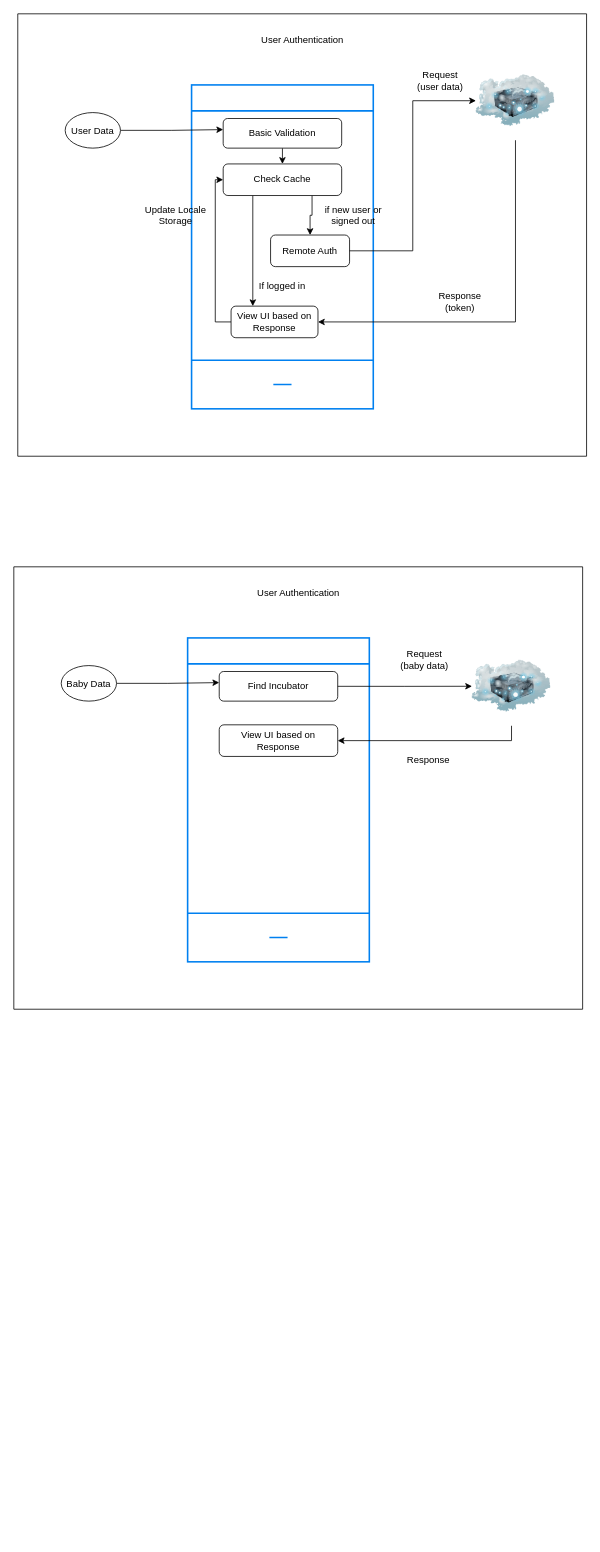
This is mobile_app.drawio from TheByteBusters/mobile-app, a draw.io file, before an edit. Source tidied: cells renumbered, new cells numbered last; positions are measured from the earlier drawing's top-left corner, leaving out a move shared by most shapes. Both pictures are drawn from the tidied source at 79%, with x=0, y=0 at pixel (13, 13).
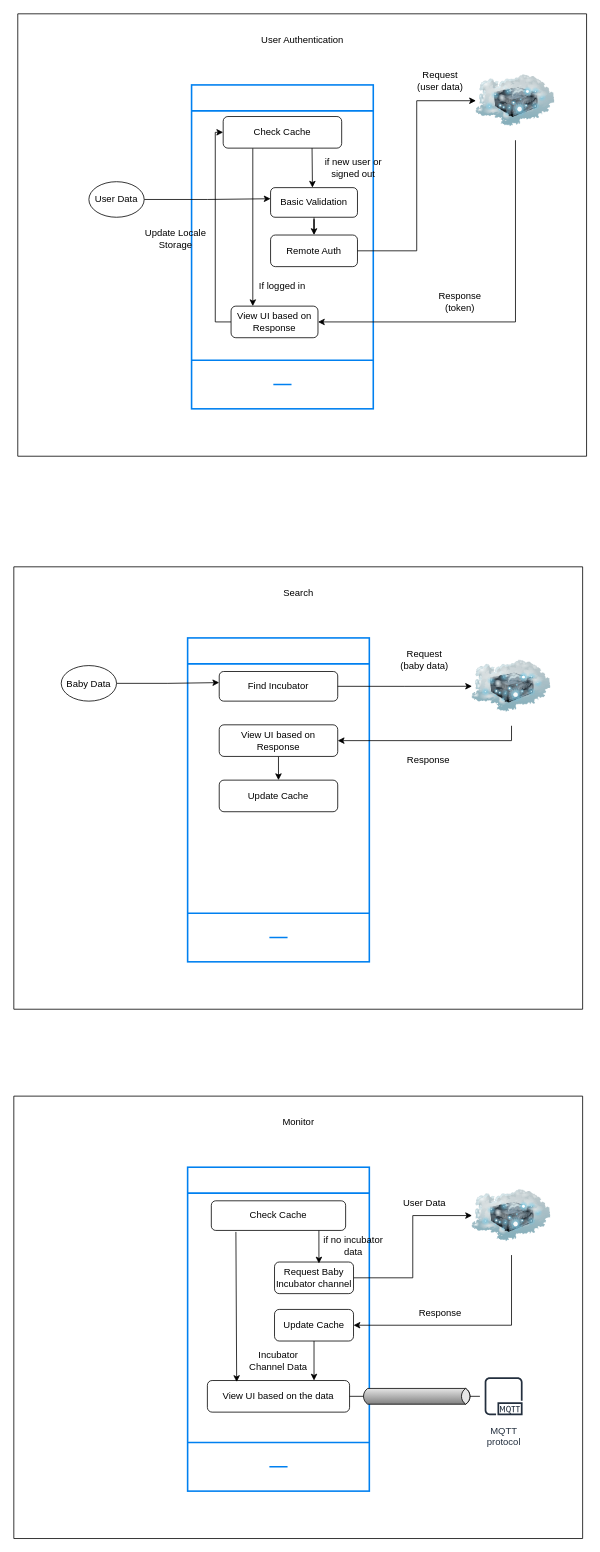
The same diagram, later.

The change refers to these unchanged cells:
```xml
<mxCell id="2" style="swimlane;startSize=0;" parent="1" vertex="1">
  <mxGeometry x="5" width="720" height="560" as="geometry" />
</mxCell>
<mxCell id="23" style="swimlane;startSize=0;" parent="1" vertex="1">
  <mxGeometry y="700" width="720" height="560" as="geometry" />
</mxCell>
<mxCell id="33" value="View UI based on Response" style="rounded=1;whiteSpace=wrap;html=1;" parent="23" vertex="1">
  <mxGeometry x="260" y="200" width="150" height="40" as="geometry" />
</mxCell>
```

Diff of the diagram source:
```diff
@@
     <mxCell id="6" value="User Data" style="ellipse;whiteSpace=wrap;html=1;" parent="2" vertex="1">
-      <mxGeometry x="60" y="125" width="70" height="45" as="geometry" />
+      <mxGeometry x="90" y="212.5" width="70" height="45" as="geometry" />
     </mxCell>
@@
-    <mxCell id="11" style="edgeStyle=orthogonalEdgeStyle;rounded=0;jettySize=auto;html=1;exitX=0.5;exitY=1;exitDx=0;exitDy=0;entryX=0.5;entryY=0;entryDx=0;entryDy=0;" parent="2" edge="1" source="12" target="18">
-      <mxGeometry relative="1" as="geometry" />
-    </mxCell>
+    <mxCell id="35" style="edgeStyle=orthogonalEdgeStyle;rounded=0;jettySize=auto;html=1;entryX=0.5;entryY=0;entryDx=0;entryDy=0;" parent="2" edge="1" source="12" target="13">
+      <mxGeometry relative="1" as="geometry" />
+    </mxCell>
     <mxCell id="12" value="Basic Validation" style="rounded=1;whiteSpace=wrap;html=1;" parent="2" vertex="1">
-      <mxGeometry x="260" y="132.5" width="150" height="37.5" as="geometry" />
+      <mxGeometry x="320" y="220" width="110" height="37.5" as="geometry" />
     </mxCell>
     <mxCell id="13" value="Remote Auth" style="rounded=1;whiteSpace=wrap;html=1;" parent="2" vertex="1">
-      <mxGeometry x="320" y="280" width="100" height="40" as="geometry" />
+      <mxGeometry x="320" y="280" width="110" height="40" as="geometry" />
     </mxCell>
@@
-    <mxCell id="17" style="edgeStyle=orthogonalEdgeStyle;rounded=0;jettySize=auto;html=1;exitX=0.75;exitY=1;exitDx=0;exitDy=0;" parent="2" edge="1" source="18" target="13">
-      <mxGeometry relative="1" as="geometry" />
-    </mxCell>
     <mxCell id="18" value="Check Cache" style="rounded=1;whiteSpace=wrap;html=1;" parent="2" vertex="1">
-      <mxGeometry x="260" y="190" width="150" height="40" as="geometry" />
+      <mxGeometry x="260" y="130" width="150" height="40" as="geometry" />
     </mxCell>
@@
     <mxCell id="20" value="if new user or signed out" style="text;html=1;align=center;verticalAlign=middle;whiteSpace=wrap;rounded=0;" parent="2" vertex="1">
-      <mxGeometry x="380" y="240" width="90" height="30" as="geometry" />
+      <mxGeometry x="380" y="180" width="90" height="30" as="geometry" />
     </mxCell>
@@
     <mxCell id="22" value="Update Locale Storage" style="text;html=1;align=center;verticalAlign=middle;whiteSpace=wrap;rounded=0;" parent="2" vertex="1">
-      <mxGeometry x="160" y="240" width="80" height="30" as="geometry" />
+      <mxGeometry x="160" y="270" width="80" height="30" as="geometry" />
     </mxCell>
@@
-    <mxCell id="25" value="User Authentication" style="text;html=1;align=center;verticalAlign=middle;strokeColor=none;fillColor=none;" parent="23" vertex="1">
-      <mxGeometry x="295" y="18" width="130" height="30" as="geometry" />
+    <mxCell id="25" value="Search" style="text;html=1;align=center;verticalAlign=middle;strokeColor=none;fillColor=none;" parent="23" vertex="1">
+      <mxGeometry x="330" y="18" width="60" height="30" as="geometry" />
     </mxCell>
@@
+    <mxCell id="36" style="edgeStyle=orthogonalEdgeStyle;rounded=0;jettySize=auto;html=1;exitX=0.5;exitY=1;exitDx=0;exitDy=0;entryX=0.5;entryY=0;entryDx=0;entryDy=0;" parent="23" edge="1" source="33" target="37">
+      <mxGeometry relative="1" as="geometry" />
+    </mxCell>
@@
+    <mxCell id="37" value="Update Cache" style="rounded=1;whiteSpace=wrap;html=1;" parent="23" vertex="1">
+      <mxGeometry x="260" y="270" width="150" height="40" as="geometry" />
+    </mxCell>
+    <mxCell id="38" style="swimlane;startSize=0;" parent="1" vertex="1">
+      <mxGeometry y="1370" width="720" height="560" as="geometry" />
+    </mxCell>
+    <mxCell id="39" style="html=1;verticalLabelPosition=bottom;align=center;labelBackgroundColor=#ffffff;verticalAlign=top;strokeWidth=2;strokeColor=#0080F0;shadow=0;dashed=0;shape=mxgraph.ios7.icons.smartphone;" parent="38" vertex="1">
+      <mxGeometry x="220" y="90" width="230" height="410" as="geometry" />
+    </mxCell>
+    <mxCell id="40" value="Monitor" style="text;html=1;align=center;verticalAlign=middle;strokeColor=none;fillColor=none;" parent="38" vertex="1">
+      <mxGeometry x="330" y="18" width="60" height="30" as="geometry" />
+    </mxCell>
+    <mxCell id="41" style="image;html=1;image=img/lib/clip_art/networking/Cloud_Server_128x128.png;" parent="38" vertex="1">
+      <mxGeometry x="580" y="101.2" width="100" height="100" as="geometry" />
+    </mxCell>
+    <mxCell id="42" style="endArrow=classic;html=1;rounded=0;exitX=0.5;exitY=1;exitDx=0;exitDy=0;entryX=1;entryY=0.5;entryDx=0;entryDy=0;" parent="38" edge="1" source="41" target="48">
+      <mxGeometry relative="1" as="geometry">
+        <Array as="points">
+          <mxPoint x="630" y="290" />
+        </Array>
+      </mxGeometry>
+    </mxCell>
+    <mxCell id="43" value="Response" style="text;html=1;align=center;verticalAlign=middle;whiteSpace=wrap;rounded=0;" parent="38" vertex="1">
+      <mxGeometry x="510" y="260" width="60" height="30" as="geometry" />
+    </mxCell>
+    <mxCell id="44" value="Check Cache" style="rounded=1;whiteSpace=wrap;html=1;" parent="38" vertex="1">
+      <mxGeometry x="250" y="132.5" width="170" height="37.5" as="geometry" />
+    </mxCell>
+    <mxCell id="45" style="edgeStyle=orthogonalEdgeStyle;rounded=0;jettySize=auto;html=1;entryX=0;entryY=0.5;entryDx=0;entryDy=0;" parent="38" edge="1" source="46" target="41">
+      <mxGeometry relative="1" as="geometry" />
+    </mxCell>
+    <mxCell id="46" value="Request Baby Incubator channel" style="rounded=1;whiteSpace=wrap;html=1;" parent="38" vertex="1">
+      <mxGeometry x="330" y="210" width="100" height="40" as="geometry" />
+    </mxCell>
+    <mxCell id="47" style="edgeStyle=orthogonalEdgeStyle;rounded=0;jettySize=auto;html=1;exitX=0.5;exitY=1;exitDx=0;exitDy=0;entryX=0.75;entryY=0;entryDx=0;entryDy=0;" parent="38" edge="1" source="48" target="52">
+      <mxGeometry relative="1" as="geometry" />
+    </mxCell>
+    <mxCell id="48" value="Update Cache" style="rounded=1;whiteSpace=wrap;html=1;" parent="38" vertex="1">
+      <mxGeometry x="330" y="270" width="100" height="40" as="geometry" />
+    </mxCell>
+    <mxCell id="49" style="endArrow=classic;html=1;rounded=0;exitX=0.801;exitY=1.004;exitDx=0;exitDy=0;exitPerimeter=0;entryX=0.562;entryY=0.046;entryDx=0;entryDy=0;entryPerimeter=0;" parent="38" edge="1" source="44" target="46">
+      <mxGeometry relative="1" as="geometry" />
+    </mxCell>
+    <mxCell id="50" value="if no incubator data" style="text;html=1;align=center;verticalAlign=middle;whiteSpace=wrap;rounded=0;" parent="38" vertex="1">
+      <mxGeometry x="390" y="175" width="80" height="30" as="geometry" />
+    </mxCell>
+    <mxCell id="51" value="User Data" style="text;html=1;align=center;verticalAlign=middle;whiteSpace=wrap;rounded=0;" parent="38" vertex="1">
+      <mxGeometry x="490" y="120" width="60" height="30" as="geometry" />
+    </mxCell>
+    <mxCell id="52" value="View UI based on the data" style="rounded=1;whiteSpace=wrap;html=1;" parent="38" vertex="1">
+      <mxGeometry x="245" y="360" width="180" height="40" as="geometry" />
+    </mxCell>
+    <mxCell id="53" style="endArrow=classic;html=1;rounded=0;exitX=0.183;exitY=1.049;exitDx=0;exitDy=0;exitPerimeter=0;entryX=0.206;entryY=0.046;entryDx=0;entryDy=0;entryPerimeter=0;" parent="38" edge="1" source="44" target="52">
+      <mxGeometry relative="1" as="geometry" />
+    </mxCell>
+    <mxCell id="54" value="Incubator Channel Data" style="text;html=1;align=center;verticalAlign=middle;whiteSpace=wrap;rounded=0;" parent="38" vertex="1">
+      <mxGeometry x="295" y="320" width="80" height="30" as="geometry" />
+    </mxCell>
+    <mxCell id="55" value="MQTT&#10;protocol" style="sketch=0;outlineConnect=0;fontColor=#232F3E;gradientColor=none;strokeColor=#232F3E;fillColor=#ffffff;dashed=0;verticalLabelPosition=bottom;verticalAlign=top;align=center;html=1;fontSize=12;fontStyle=0;shape=mxgraph.aws4.resourceIcon;resIcon=mxgraph.aws4.mqtt_protocol;" parent="38" vertex="1">
+      <mxGeometry x="590" y="350" width="60" height="60" as="geometry" />
+    </mxCell>
+    <mxCell id="56" style="strokeWidth=1;outlineConnect=0;dashed=0;align=center;html=1;fontSize=8;shape=mxgraph.eip.messageChannel;verticalLabelPosition=bottom;labelBackgroundColor=#ffffff;verticalAlign=top;" parent="38" vertex="1">
+      <mxGeometry x="440" y="370" width="140" height="20" as="geometry" />
+    </mxCell>
+    <mxCell id="57" style="endArrow=none;html=1;rounded=0;entryX=0;entryY=0.5;entryDx=2.7;entryDy=0;entryPerimeter=0;exitX=1;exitY=0.5;exitDx=0;exitDy=0;" parent="38" edge="1" source="52" target="56">
+      <mxGeometry relative="1" as="geometry" />
+    </mxCell>
+    <mxCell id="58" style="endArrow=none;html=1;rounded=0;entryX=1;entryY=0.5;entryDx=-2.7;entryDy=0;entryPerimeter=0;" parent="38" edge="1" source="55" target="56">
+      <mxGeometry relative="1" as="geometry" />
+    </mxCell>
+    <mxCell id="59" style="endArrow=classic;html=1;rounded=0;exitX=0.75;exitY=1;exitDx=0;exitDy=0;" parent="1" edge="1" source="18">
+      <mxGeometry relative="1" as="geometry">
+        <mxPoint x="378" y="220" as="targetPoint" />
+      </mxGeometry>
+    </mxCell>
```
